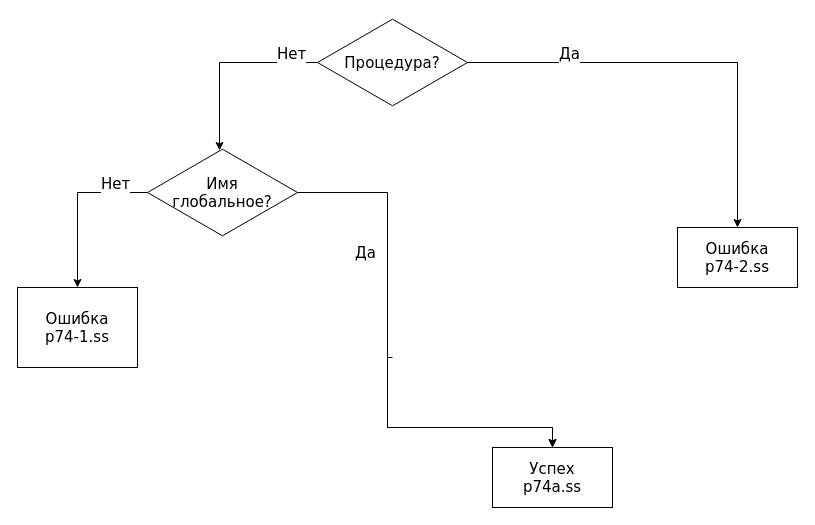
This is kp/curs2/docs/p74.drawio from ArtDu/Compiler-Theory, a draw.io file, before an edit. Source tidied: cells renumbered, new cells numbered last; positions are measured from the earlier drawing's top-left corner, leaving out a move shared by most shapes. Both pictures are drawn from the tidied source at 100%, with x=0, y=0 at pixel (17, 17).
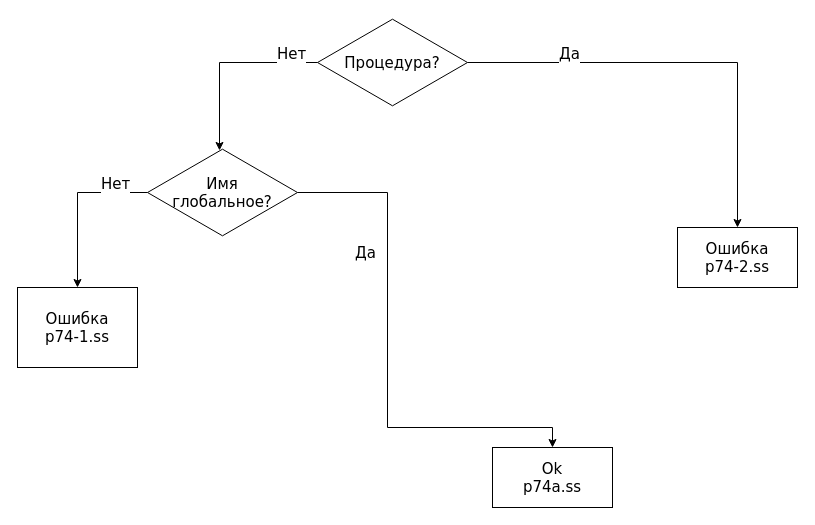
The same diagram, later.

The edit, as a diff of the source:
```diff
@@
-    <mxCell id="14" style="edgeStyle=orthogonalEdgeStyle;rounded=0;html=1;exitX=0.5;exitY=1;entryX=0.5;entryY=0;jettySize=auto;fontFamily=Verdana;fontSize=15;" parent="1" edge="1" target="15">
-      <mxGeometry relative="1" as="geometry">
-        <mxPoint x="375" y="340" as="sourcePoint" />
-        <Array as="points">
-          <mxPoint x="370" y="340" />
-          <mxPoint x="370" y="410" />
-          <mxPoint x="535" y="410" />
-        </Array>
-      </mxGeometry>
-    </mxCell>
-    <mxCell id="15" value="Успех&lt;br&gt;p74a.ss&lt;br&gt;" style="rounded=0;whiteSpace=wrap;html=1;fontFamily=Verdana;fontSize=15;" parent="1" vertex="1">
+    <mxCell id="15" value="Ok&lt;br&gt;p74a.ss&lt;br&gt;" style="rounded=0;whiteSpace=wrap;html=1;fontFamily=Verdana;fontSize=15;" parent="1" vertex="1">
       <mxGeometry x="475" y="430" width="120" height="60" as="geometry" />
     </mxCell>
```
